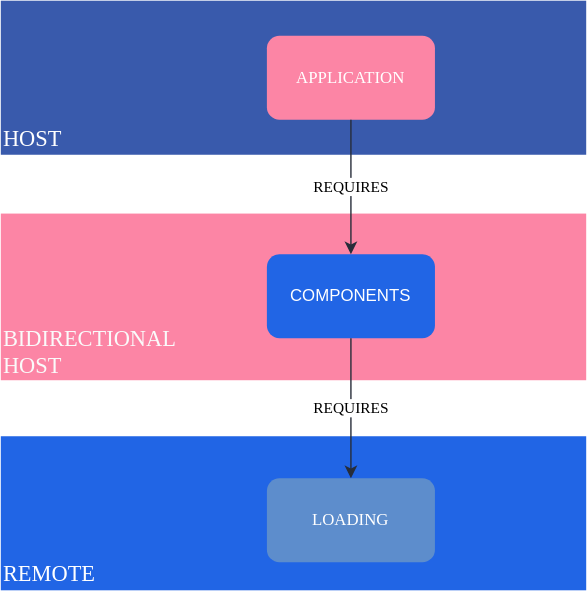
The draw.io diagram img/scenario.svg in nearform/module-federation-example, before a commit. Source tidied: cells renumbered, new cells last; positions are measured from the earlier drawing's top-left corner, leaving out a move shared by most shapes.
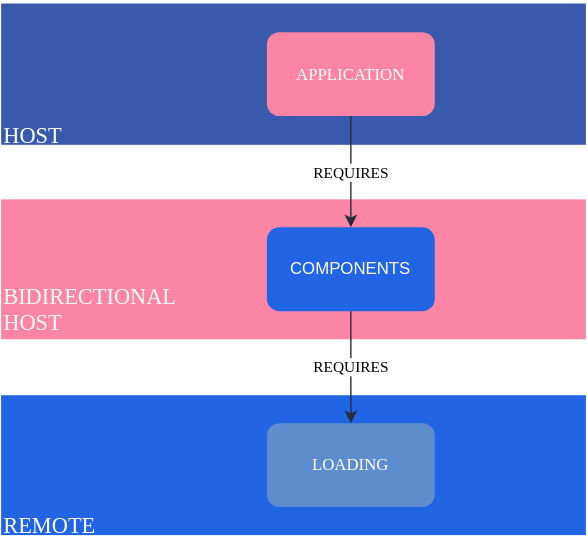
Later version of the same file.

What changed in the source:
```diff
@@ -3,30 +3,28 @@
     <mxCell id="0" />
     <mxCell id="1" parent="0" />
     <mxCell id="2" value="&lt;br&gt;&lt;br&gt;&lt;div style=&quot;&quot;&gt;&lt;span style=&quot;background-color: initial;&quot;&gt;&lt;br&gt;&lt;/span&gt;&lt;/div&gt;&lt;div style=&quot;&quot;&gt;&lt;span style=&quot;background-color: initial;&quot;&gt;&lt;br&gt;&lt;/span&gt;&lt;/div&gt;&lt;div style=&quot;&quot;&gt;&lt;span style=&quot;background-color: initial;&quot;&gt;&lt;br&gt;&lt;/span&gt;&lt;/div&gt;&lt;div style=&quot;&quot;&gt;&lt;span style=&quot;background-color: initial;&quot;&gt;&lt;br&gt;&lt;/span&gt;&lt;/div&gt;&lt;div style=&quot;&quot;&gt;&lt;font color=&quot;#ffffff&quot; face=&quot;Poppins&quot; style=&quot;font-size: 16px;&quot;&gt;REMOTE&lt;/font&gt;&lt;/div&gt;" style="rounded=0;whiteSpace=wrap;html=1;fillColor=#2165E5;strokeColor=none;align=left;" parent="1" vertex="1">
-      <mxGeometry y="311" width="418" height="110" as="geometry" />
+      <mxGeometry y="291" width="418" height="100" as="geometry" />
     </mxCell>
     <mxCell id="3" value="&lt;font face=&quot;Poppins&quot;&gt;&lt;br&gt;&lt;br&gt;&lt;/font&gt;&lt;div style=&quot;&quot;&gt;&lt;span style=&quot;background-color: initial;&quot;&gt;&lt;font face=&quot;Poppins&quot;&gt;&lt;br&gt;&lt;/font&gt;&lt;/span&gt;&lt;/div&gt;&lt;div style=&quot;&quot;&gt;&lt;span style=&quot;background-color: initial;&quot;&gt;&lt;font face=&quot;Poppins&quot;&gt;&lt;br&gt;&lt;/font&gt;&lt;/span&gt;&lt;/div&gt;&lt;div style=&quot;&quot;&gt;&lt;span style=&quot;background-color: initial;&quot;&gt;&lt;font face=&quot;Poppins&quot;&gt;&lt;br&gt;&lt;/font&gt;&lt;/span&gt;&lt;/div&gt;&lt;div style=&quot;&quot;&gt;&lt;span style=&quot;background-color: initial;&quot;&gt;&lt;font face=&quot;Poppins&quot;&gt;&lt;br&gt;&lt;/font&gt;&lt;/span&gt;&lt;/div&gt;&lt;div style=&quot;&quot;&gt;&lt;span style=&quot;background-color: initial;&quot;&gt;&lt;font face=&quot;Poppins&quot; color=&quot;#ffffff&quot; style=&quot;font-size: 16px;&quot;&gt;HOST&lt;/font&gt;&lt;/span&gt;&lt;/div&gt;" style="rounded=0;whiteSpace=wrap;html=1;fillColor=#395aac;strokeColor=none;align=left;" parent="1" vertex="1">
-      <mxGeometry width="418" height="110" as="geometry" />
+      <mxGeometry y="11" width="418" height="101" as="geometry" />
     </mxCell>
     <mxCell id="4" value="APPLICATION" style="rounded=1;whiteSpace=wrap;html=1;fillColor=#fc85a5;strokeColor=none;fontFamily=Poppins;fontColor=#FFFFFF;fontSource=https%3A%2F%2Ffonts.googleapis.com%2Fcss%3Ffamily%3DPoppins;" parent="1" vertex="1">
-      <mxGeometry x="190" y="25" width="120" height="60" as="geometry" />
+      <mxGeometry x="190" y="31.5" width="120" height="60" as="geometry" />
     </mxCell>
-    <mxCell id="5" value="&lt;font color=&quot;#fafafa&quot; face=&quot;Poppins&quot; style=&quot;font-size: 16px;&quot;&gt;&lt;br&gt;&lt;/font&gt;&lt;div style=&quot;font-size: 16px;&quot;&gt;&lt;span style=&quot;background-color: initial;&quot;&gt;&lt;font color=&quot;#fafafa&quot; face=&quot;Poppins&quot; style=&quot;font-size: 16px;&quot;&gt;&lt;br&gt;&lt;/font&gt;&lt;/span&gt;&lt;/div&gt;&lt;div style=&quot;font-size: 16px;&quot;&gt;&lt;span style=&quot;background-color: initial;&quot;&gt;&lt;font color=&quot;#fafafa&quot; face=&quot;Poppins&quot; style=&quot;font-size: 16px;&quot;&gt;&lt;br&gt;&lt;/font&gt;&lt;/span&gt;&lt;/div&gt;&lt;div style=&quot;font-size: 16px;&quot;&gt;&lt;span style=&quot;background-color: initial;&quot;&gt;&lt;font color=&quot;#fafafa&quot; face=&quot;Poppins&quot; style=&quot;font-size: 16px;&quot;&gt;&lt;br&gt;&lt;/font&gt;&lt;/span&gt;&lt;/div&gt;&lt;div style=&quot;font-size: 16px;&quot;&gt;&lt;span style=&quot;background-color: initial;&quot;&gt;&lt;font color=&quot;#fafafa&quot; face=&quot;Poppins&quot; style=&quot;font-size: 16px;&quot;&gt;BIDIRECTIONAL&lt;/font&gt;&lt;/span&gt;&lt;/div&gt;&lt;div style=&quot;font-size: 16px;&quot;&gt;&lt;span style=&quot;background-color: initial;&quot;&gt;&lt;font color=&quot;#fafafa&quot; face=&quot;Poppins&quot; style=&quot;font-size: 16px;&quot;&gt;HOST&lt;/font&gt;&lt;/span&gt;&lt;/div&gt;" style="rounded=0;whiteSpace=wrap;html=1;fillColor=#FC85A5;strokeColor=none;align=left;" parent="1" vertex="1">
-      <mxGeometry y="152" width="418" height="119" as="geometry" />
+    <mxCell id="5" value="&lt;font color=&quot;#fafafa&quot; face=&quot;Poppins&quot; style=&quot;font-size: 16px;&quot;&gt;&lt;br&gt;&lt;/font&gt;&lt;div style=&quot;font-size: 16px;&quot;&gt;&lt;span style=&quot;background-color: initial;&quot;&gt;&lt;font color=&quot;#fafafa&quot; face=&quot;Poppins&quot; style=&quot;font-size: 16px;&quot;&gt;&lt;br&gt;&lt;/font&gt;&lt;/span&gt;&lt;/div&gt;&lt;div style=&quot;font-size: 16px;&quot;&gt;&lt;span style=&quot;background-color: initial;&quot;&gt;&lt;font color=&quot;#fafafa&quot; face=&quot;Poppins&quot; style=&quot;font-size: 16px;&quot;&gt;&lt;br&gt;&lt;/font&gt;&lt;/span&gt;&lt;/div&gt;&lt;div style=&quot;font-size: 16px;&quot;&gt;&lt;span style=&quot;color: rgb(250, 250, 250); font-family: Poppins; background-color: initial;&quot;&gt;BIDIRECTIONAL&lt;/span&gt;&lt;br&gt;&lt;/div&gt;&lt;div style=&quot;font-size: 16px;&quot;&gt;&lt;span style=&quot;background-color: initial;&quot;&gt;&lt;font color=&quot;#fafafa&quot; face=&quot;Poppins&quot; style=&quot;font-size: 16px;&quot;&gt;HOST&lt;/font&gt;&lt;/span&gt;&lt;/div&gt;" style="rounded=0;whiteSpace=wrap;html=1;fillColor=#FC85A5;strokeColor=none;align=left;" parent="1" vertex="1">
+      <mxGeometry y="151" width="418" height="100" as="geometry" />
     </mxCell>
     <mxCell id="6" value="&lt;font color=&quot;#ffffff&quot;&gt;COMPONENTS&lt;/font&gt;" style="rounded=1;whiteSpace=wrap;html=1;fillColor=#2165E5;strokeColor=none;" parent="1" vertex="1">
-      <mxGeometry x="190" y="181" width="120" height="60" as="geometry" />
+      <mxGeometry x="190" y="171" width="120" height="60" as="geometry" />
     </mxCell>
     <mxCell id="7" value="&lt;font face=&quot;Poppins&quot;&gt;REQUIRES&lt;/font&gt;" style="endArrow=classic;html=1;rounded=0;exitX=0.5;exitY=1;exitDx=0;exitDy=0;entryX=0.5;entryY=0;entryDx=0;entryDy=0;strokeColor=#272d3a;" parent="1" edge="1" source="4" target="6">
       <mxGeometry relative="1" as="geometry" />
     </mxCell>
-    <mxCell id="8" value="&lt;font face=&quot;Poppins&quot;&gt;REQUIRES&lt;/font&gt;" style="endArrow=classic;html=1;rounded=0;exitX=0.5;exitY=1;exitDx=0;exitDy=0;entryX=0.5;entryY=0;entryDx=0;entryDy=0;strokeColor=#272d3a;" parent="1" edge="1" source="6">
-      <mxGeometry relative="1" as="geometry">
-        <mxPoint x="250" y="341" as="targetPoint" />
-      </mxGeometry>
+    <mxCell id="8" value="&lt;font face=&quot;Poppins&quot;&gt;REQUIRES&lt;/font&gt;" style="endArrow=classic;html=1;rounded=0;exitX=0.5;exitY=1;exitDx=0;exitDy=0;entryX=0.5;entryY=0;entryDx=0;entryDy=0;strokeColor=#272d3a;" parent="1" edge="1" source="6" target="9">
+      <mxGeometry relative="1" as="geometry" />
     </mxCell>
     <mxCell id="9" value="&lt;font color=&quot;#ffffff&quot; face=&quot;Poppins&quot;&gt;LOADING&lt;/font&gt;" style="rounded=1;whiteSpace=wrap;html=1;fillColor=#5D8DCC;strokeColor=none;" parent="1" vertex="1">
-      <mxGeometry x="190" y="341" width="120" height="60" as="geometry" />
+      <mxGeometry x="190" y="311" width="120" height="60" as="geometry" />
     </mxCell>
   </root>
 </mxGraphModel>
```
